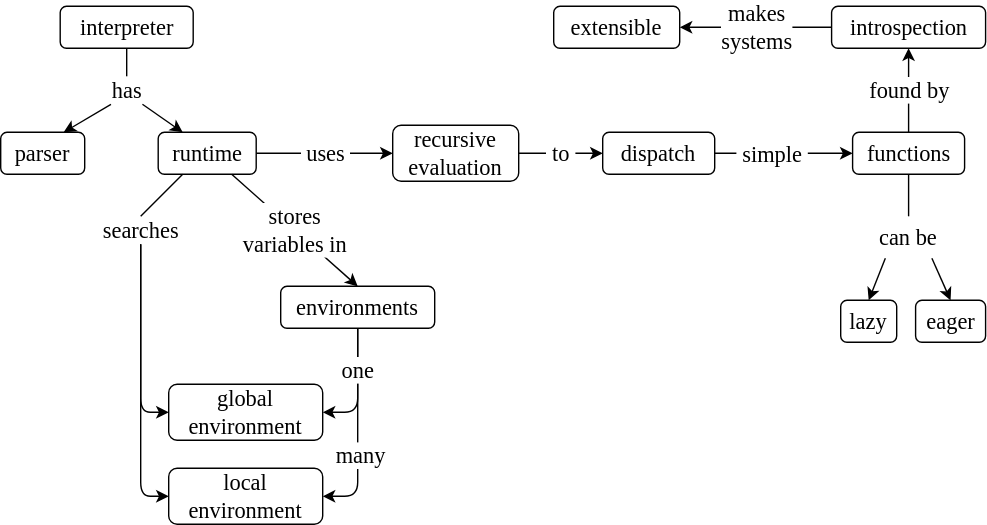
Earlier version of the draw.io export sdxpy/interpreter/interpreter_concept_map.svg (gvwilson/thirdbit). Source tidied: cells renumbered, new cells last; positions are measured from the earlier drawing's top-left corner, leaving out a move shared by most shapes.
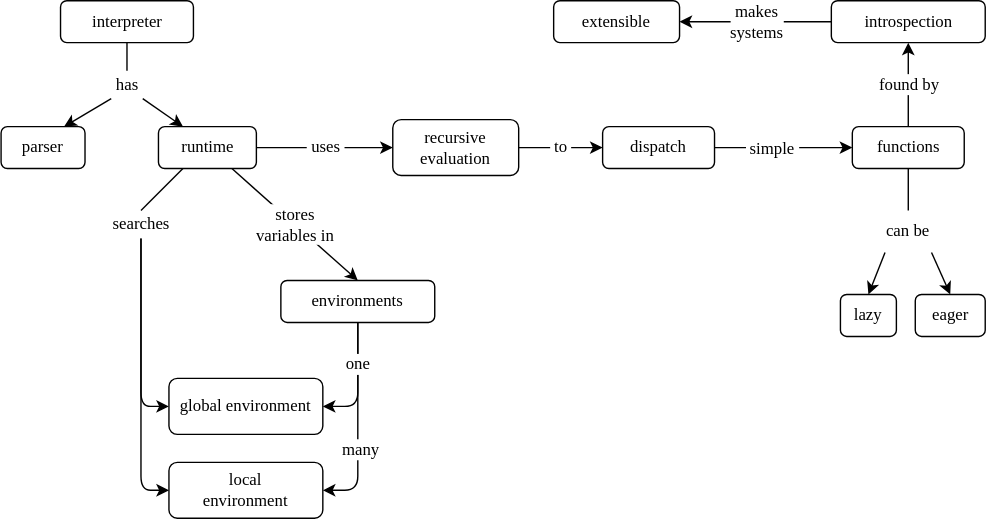
Later version of the same file.

Change to the diagram source:
```diff
@@ -2,127 +2,127 @@
   <root>
     <mxCell id="0" />
     <mxCell id="1" parent="0" />
-    <mxCell id="2" value="parser" style="text;html=1;strokeColor=default;fillColor=none;align=center;verticalAlign=middle;whiteSpace=wrap;rounded=1;sketch=0;hachureGap=4;fontFamily=Verdana;fontSize=16;" parent="1" vertex="1">
+    <mxCell id="2" value="parser" style="text;html=1;strokeColor=default;fillColor=none;align=center;verticalAlign=middle;whiteSpace=wrap;rounded=1;sketch=0;hachureGap=4;fontFamily=Verdana;fontSize=12;" parent="1" vertex="1">
       <mxGeometry y="90" width="60" height="30" as="geometry" />
     </mxCell>
-    <mxCell id="3" value="runtime" style="text;html=1;strokeColor=default;fillColor=none;align=center;verticalAlign=middle;whiteSpace=wrap;rounded=1;sketch=0;hachureGap=4;fontFamily=Verdana;fontSize=16;" parent="1" vertex="1">
+    <mxCell id="3" value="runtime" style="text;html=1;strokeColor=default;fillColor=none;align=center;verticalAlign=middle;whiteSpace=wrap;rounded=1;sketch=0;hachureGap=4;fontFamily=Verdana;fontSize=12;" parent="1" vertex="1">
       <mxGeometry x="112.5" y="90" width="70" height="30" as="geometry" />
     </mxCell>
-    <mxCell id="4" value="interpreter" style="text;html=1;strokeColor=default;fillColor=none;align=center;verticalAlign=middle;whiteSpace=wrap;rounded=1;sketch=0;hachureGap=4;fontFamily=Verdana;fontSize=16;" parent="1" vertex="1">
+    <mxCell id="4" value="interpreter" style="text;html=1;strokeColor=default;fillColor=none;align=center;verticalAlign=middle;whiteSpace=wrap;rounded=1;sketch=0;hachureGap=4;fontFamily=Verdana;fontSize=12;" parent="1" vertex="1">
       <mxGeometry x="42.5" width="95" height="30" as="geometry" />
     </mxCell>
-    <mxCell id="5" value="recursive evaluation" style="text;html=1;strokeColor=default;fillColor=none;align=center;verticalAlign=middle;whiteSpace=wrap;rounded=1;sketch=0;hachureGap=4;fontFamily=Verdana;fontSize=16;" parent="1" vertex="1">
+    <mxCell id="5" value="recursive evaluation" style="text;html=1;strokeColor=default;fillColor=none;align=center;verticalAlign=middle;whiteSpace=wrap;rounded=1;sketch=0;hachureGap=4;fontFamily=Verdana;fontSize=12;" parent="1" vertex="1">
       <mxGeometry x="280" y="85" width="90" height="40" as="geometry" />
     </mxCell>
-    <mxCell id="6" value="dispatch" style="text;html=1;strokeColor=default;fillColor=none;align=center;verticalAlign=middle;whiteSpace=wrap;rounded=1;sketch=0;hachureGap=4;fontFamily=Verdana;fontSize=16;" parent="1" vertex="1">
+    <mxCell id="6" value="dispatch" style="text;html=1;strokeColor=default;fillColor=none;align=center;verticalAlign=middle;whiteSpace=wrap;rounded=1;sketch=0;hachureGap=4;fontFamily=Verdana;fontSize=12;" parent="1" vertex="1">
       <mxGeometry x="430" y="90" width="80" height="30" as="geometry" />
     </mxCell>
-    <mxCell id="7" value="environments" style="text;html=1;strokeColor=default;fillColor=none;align=center;verticalAlign=middle;whiteSpace=wrap;rounded=1;sketch=0;hachureGap=4;fontFamily=Verdana;fontSize=16;" parent="1" vertex="1">
+    <mxCell id="7" value="environments" style="text;html=1;strokeColor=default;fillColor=none;align=center;verticalAlign=middle;whiteSpace=wrap;rounded=1;sketch=0;hachureGap=4;fontFamily=Verdana;fontSize=12;" parent="1" vertex="1">
       <mxGeometry x="200" y="200" width="110" height="30" as="geometry" />
     </mxCell>
-    <mxCell id="8" value="global environment" style="text;html=1;strokeColor=default;fillColor=none;align=center;verticalAlign=middle;whiteSpace=wrap;rounded=1;sketch=0;hachureGap=4;fontFamily=Verdana;fontSize=16;" parent="1" vertex="1">
+    <mxCell id="8" value="global environment" style="text;html=1;strokeColor=default;fillColor=none;align=center;verticalAlign=middle;whiteSpace=wrap;rounded=1;sketch=0;hachureGap=4;fontFamily=Verdana;fontSize=12;" parent="1" vertex="1">
       <mxGeometry x="120" y="270" width="110" height="40" as="geometry" />
     </mxCell>
-    <mxCell id="9" value="local environment" style="text;html=1;strokeColor=default;fillColor=none;align=center;verticalAlign=middle;whiteSpace=wrap;rounded=1;sketch=0;hachureGap=4;fontFamily=Verdana;fontSize=16;" parent="1" vertex="1">
+    <mxCell id="9" value="local&lt;br&gt;environment" style="text;html=1;strokeColor=default;fillColor=none;align=center;verticalAlign=middle;whiteSpace=wrap;rounded=1;sketch=0;hachureGap=4;fontFamily=Verdana;fontSize=12;" parent="1" vertex="1">
       <mxGeometry x="120" y="330" width="110" height="40" as="geometry" />
     </mxCell>
-    <mxCell id="10" value="introspection" style="text;html=1;strokeColor=default;fillColor=none;align=center;verticalAlign=middle;whiteSpace=wrap;rounded=1;sketch=0;hachureGap=4;fontFamily=Verdana;fontSize=16;" parent="1" vertex="1">
+    <mxCell id="10" value="introspection" style="text;html=1;strokeColor=default;fillColor=none;align=center;verticalAlign=middle;whiteSpace=wrap;rounded=1;sketch=0;hachureGap=4;fontFamily=Verdana;fontSize=12;" parent="1" vertex="1">
       <mxGeometry x="593.5" width="110" height="30" as="geometry" />
     </mxCell>
-    <mxCell id="11" value="functions" style="text;html=1;strokeColor=default;fillColor=none;align=center;verticalAlign=middle;whiteSpace=wrap;rounded=1;sketch=0;hachureGap=4;fontFamily=Verdana;fontSize=16;" parent="1" vertex="1">
+    <mxCell id="11" value="functions" style="text;html=1;strokeColor=default;fillColor=none;align=center;verticalAlign=middle;whiteSpace=wrap;rounded=1;sketch=0;hachureGap=4;fontFamily=Verdana;fontSize=12;" parent="1" vertex="1">
       <mxGeometry x="608.5" y="90" width="80" height="30" as="geometry" />
     </mxCell>
-    <mxCell id="12" value="lazy" style="text;html=1;strokeColor=default;fillColor=none;align=center;verticalAlign=middle;whiteSpace=wrap;rounded=1;sketch=0;hachureGap=4;fontFamily=Verdana;fontSize=16;" parent="1" vertex="1">
+    <mxCell id="12" value="lazy" style="text;html=1;strokeColor=default;fillColor=none;align=center;verticalAlign=middle;whiteSpace=wrap;rounded=1;sketch=0;hachureGap=4;fontFamily=Verdana;fontSize=12;" parent="1" vertex="1">
       <mxGeometry x="600" y="210" width="40" height="30" as="geometry" />
     </mxCell>
-    <mxCell id="13" value="eager" style="text;html=1;strokeColor=default;fillColor=none;align=center;verticalAlign=middle;whiteSpace=wrap;rounded=1;sketch=0;hachureGap=4;fontFamily=Verdana;fontSize=16;" parent="1" vertex="1">
+    <mxCell id="13" value="eager" style="text;html=1;strokeColor=default;fillColor=none;align=center;verticalAlign=middle;whiteSpace=wrap;rounded=1;sketch=0;hachureGap=4;fontFamily=Verdana;fontSize=12;" parent="1" vertex="1">
       <mxGeometry x="653.5" y="210" width="50" height="30" as="geometry" />
     </mxCell>
-    <mxCell id="14" value="extensible" style="text;html=1;strokeColor=default;fillColor=none;align=center;verticalAlign=middle;whiteSpace=wrap;rounded=1;sketch=0;hachureGap=4;fontFamily=Verdana;fontSize=16;" parent="1" vertex="1">
+    <mxCell id="14" value="extensible" style="text;html=1;strokeColor=default;fillColor=none;align=center;verticalAlign=middle;whiteSpace=wrap;rounded=1;sketch=0;hachureGap=4;fontFamily=Verdana;fontSize=12;" parent="1" vertex="1">
       <mxGeometry x="395" width="90" height="30" as="geometry" />
     </mxCell>
-    <mxCell id="15" value="has" style="text;html=1;strokeColor=none;fillColor=none;align=center;verticalAlign=middle;whiteSpace=wrap;rounded=0;sketch=1;hachureGap=4;fontFamily=Verdana;fontSize=16;" parent="1" vertex="1">
+    <mxCell id="15" value="has" style="text;html=1;strokeColor=none;fillColor=none;align=center;verticalAlign=middle;whiteSpace=wrap;rounded=0;sketch=1;hachureGap=4;fontFamily=Verdana;fontSize=12;" parent="1" vertex="1">
       <mxGeometry x="67.5" y="50" width="45" height="20" as="geometry" />
     </mxCell>
-    <mxCell id="16" style="endArrow=none;html=1;rounded=1;sketch=0;hachureGap=4;fontFamily=Verdana;fontSize=16;sourcePerimeterSpacing=8;targetPerimeterSpacing=8;entryX=0.5;entryY=1;entryDx=0;entryDy=0;exitX=0.5;exitY=0;exitDx=0;exitDy=0;" parent="1" edge="1" source="15" target="4">
+    <mxCell id="16" style="endArrow=none;html=1;rounded=1;sketch=0;hachureGap=4;fontFamily=Verdana;fontSize=12;sourcePerimeterSpacing=8;targetPerimeterSpacing=8;entryX=0.5;entryY=1;entryDx=0;entryDy=0;exitX=0.5;exitY=0;exitDx=0;exitDy=0;" parent="1" edge="1" source="15" target="4">
       <mxGeometry relative="1" as="geometry" />
     </mxCell>
-    <mxCell id="17" style="endArrow=classic;html=1;rounded=1;sketch=0;hachureGap=4;fontFamily=Verdana;fontSize=16;sourcePerimeterSpacing=8;targetPerimeterSpacing=8;exitX=0.25;exitY=1;exitDx=0;exitDy=0;entryX=0.75;entryY=0;entryDx=0;entryDy=0;" parent="1" edge="1" source="15" target="2">
+    <mxCell id="17" style="endArrow=classic;html=1;rounded=1;sketch=0;hachureGap=4;fontFamily=Verdana;fontSize=12;sourcePerimeterSpacing=8;targetPerimeterSpacing=8;exitX=0.25;exitY=1;exitDx=0;exitDy=0;entryX=0.75;entryY=0;entryDx=0;entryDy=0;" parent="1" edge="1" source="15" target="2">
       <mxGeometry relative="1" as="geometry" />
     </mxCell>
-    <mxCell id="18" style="endArrow=classic;html=1;rounded=1;sketch=0;hachureGap=4;fontFamily=Verdana;fontSize=16;sourcePerimeterSpacing=8;targetPerimeterSpacing=8;entryX=0.25;entryY=0;entryDx=0;entryDy=0;exitX=0.75;exitY=1;exitDx=0;exitDy=0;" parent="1" edge="1" source="15" target="3">
+    <mxCell id="18" style="endArrow=classic;html=1;rounded=1;sketch=0;hachureGap=4;fontFamily=Verdana;fontSize=12;sourcePerimeterSpacing=8;targetPerimeterSpacing=8;entryX=0.25;entryY=0;entryDx=0;entryDy=0;exitX=0.75;exitY=1;exitDx=0;exitDy=0;" parent="1" edge="1" source="15" target="3">
       <mxGeometry relative="1" as="geometry" />
     </mxCell>
-    <mxCell id="19" value="&amp;nbsp;uses&amp;nbsp;" style="endArrow=classic;html=1;rounded=1;sketch=0;hachureGap=4;fontFamily=Verdana;fontSize=16;sourcePerimeterSpacing=8;targetPerimeterSpacing=8;exitX=1;exitY=0.5;exitDx=0;exitDy=0;entryX=0;entryY=0.5;entryDx=0;entryDy=0;" parent="1" edge="1" source="3" target="5">
+    <mxCell id="19" value="&amp;nbsp;uses&amp;nbsp;" style="endArrow=classic;html=1;rounded=1;sketch=0;hachureGap=4;fontFamily=Verdana;fontSize=12;sourcePerimeterSpacing=8;targetPerimeterSpacing=8;exitX=1;exitY=0.5;exitDx=0;exitDy=0;entryX=0;entryY=0.5;entryDx=0;entryDy=0;" parent="1" edge="1" source="3" target="5">
       <mxGeometry relative="1" as="geometry" />
     </mxCell>
-    <mxCell id="20" value="stores&lt;br&gt;variables in" style="endArrow=classic;html=1;rounded=1;sketch=0;hachureGap=4;fontFamily=Verdana;fontSize=16;sourcePerimeterSpacing=8;targetPerimeterSpacing=8;exitX=0.75;exitY=1;exitDx=0;exitDy=0;entryX=0.5;entryY=0;entryDx=0;entryDy=0;" parent="1" edge="1" source="3" target="7">
+    <mxCell id="20" value="stores&lt;br style=&quot;font-size: 12px;&quot;&gt;variables in" style="endArrow=classic;html=1;rounded=1;sketch=0;hachureGap=4;fontFamily=Verdana;fontSize=12;sourcePerimeterSpacing=8;targetPerimeterSpacing=8;exitX=0.75;exitY=1;exitDx=0;exitDy=0;entryX=0.5;entryY=0;entryDx=0;entryDy=0;" parent="1" edge="1" source="3" target="7">
       <mxGeometry relative="1" as="geometry" />
     </mxCell>
-    <mxCell id="21" value="can be" style="text;html=1;strokeColor=none;fillColor=none;align=center;verticalAlign=middle;whiteSpace=wrap;rounded=0;sketch=1;hachureGap=4;fontFamily=Verdana;fontSize=16;" parent="1" vertex="1">
+    <mxCell id="21" value="can be" style="text;html=1;strokeColor=none;fillColor=none;align=center;verticalAlign=middle;whiteSpace=wrap;rounded=0;sketch=1;hachureGap=4;fontFamily=Verdana;fontSize=12;" parent="1" vertex="1">
       <mxGeometry x="615.2" y="150" width="66.5" height="30" as="geometry" />
     </mxCell>
-    <mxCell id="22" style="endArrow=classic;html=1;rounded=1;sketch=0;hachureGap=4;fontFamily=Verdana;fontSize=16;sourcePerimeterSpacing=8;targetPerimeterSpacing=8;entryX=0.5;entryY=0;entryDx=0;entryDy=0;exitX=0.25;exitY=1;exitDx=0;exitDy=0;" parent="1" edge="1" source="21" target="12">
+    <mxCell id="22" style="endArrow=classic;html=1;rounded=1;sketch=0;hachureGap=4;fontFamily=Verdana;fontSize=12;sourcePerimeterSpacing=8;targetPerimeterSpacing=8;entryX=0.5;entryY=0;entryDx=0;entryDy=0;exitX=0.25;exitY=1;exitDx=0;exitDy=0;" parent="1" edge="1" source="21" target="12">
       <mxGeometry relative="1" as="geometry" />
     </mxCell>
-    <mxCell id="23" style="endArrow=classic;html=1;rounded=1;sketch=0;hachureGap=4;fontFamily=Verdana;fontSize=16;sourcePerimeterSpacing=8;targetPerimeterSpacing=8;entryX=0.5;entryY=0;entryDx=0;entryDy=0;exitX=0.75;exitY=1;exitDx=0;exitDy=0;" parent="1" edge="1" source="21" target="13">
+    <mxCell id="23" style="endArrow=classic;html=1;rounded=1;sketch=0;hachureGap=4;fontFamily=Verdana;fontSize=12;sourcePerimeterSpacing=8;targetPerimeterSpacing=8;entryX=0.5;entryY=0;entryDx=0;entryDy=0;exitX=0.75;exitY=1;exitDx=0;exitDy=0;" parent="1" edge="1" source="21" target="13">
       <mxGeometry relative="1" as="geometry" />
     </mxCell>
-    <mxCell id="24" value="found by" style="endArrow=classic;html=1;rounded=1;sketch=0;hachureGap=4;fontFamily=Verdana;fontSize=16;sourcePerimeterSpacing=8;targetPerimeterSpacing=8;exitX=0.5;exitY=0;exitDx=0;exitDy=0;entryX=0.5;entryY=1;entryDx=0;entryDy=0;" parent="1" edge="1" source="11" target="10">
+    <mxCell id="24" value="found by" style="endArrow=classic;html=1;rounded=1;sketch=0;hachureGap=4;fontFamily=Verdana;fontSize=12;sourcePerimeterSpacing=8;targetPerimeterSpacing=8;exitX=0.5;exitY=0;exitDx=0;exitDy=0;entryX=0.5;entryY=1;entryDx=0;entryDy=0;" parent="1" edge="1" source="11" target="10">
       <mxGeometry relative="1" as="geometry" />
     </mxCell>
-    <mxCell id="25" value="searches" style="text;html=1;strokeColor=none;fillColor=none;align=center;verticalAlign=middle;whiteSpace=wrap;rounded=0;sketch=1;hachureGap=4;fontFamily=Verdana;fontSize=16;" parent="1" vertex="1">
+    <mxCell id="25" value="searches" style="text;html=1;strokeColor=none;fillColor=none;align=center;verticalAlign=middle;whiteSpace=wrap;rounded=0;sketch=1;hachureGap=4;fontFamily=Verdana;fontSize=12;" parent="1" vertex="1">
       <mxGeometry x="67.5" y="150" width="65" height="20" as="geometry" />
     </mxCell>
-    <mxCell id="26" style="endArrow=none;html=1;rounded=1;sketch=0;hachureGap=4;fontFamily=Verdana;fontSize=16;sourcePerimeterSpacing=8;targetPerimeterSpacing=8;entryX=0.25;entryY=1;entryDx=0;entryDy=0;exitX=0.5;exitY=0;exitDx=0;exitDy=0;" parent="1" edge="1" source="25" target="3">
+    <mxCell id="26" style="endArrow=none;html=1;rounded=1;sketch=0;hachureGap=4;fontFamily=Verdana;fontSize=12;sourcePerimeterSpacing=8;targetPerimeterSpacing=8;entryX=0.25;entryY=1;entryDx=0;entryDy=0;exitX=0.5;exitY=0;exitDx=0;exitDy=0;" parent="1" edge="1" source="25" target="3">
       <mxGeometry relative="1" as="geometry" />
     </mxCell>
-    <mxCell id="27" style="endArrow=classic;html=1;rounded=1;sketch=0;hachureGap=4;fontFamily=Verdana;fontSize=16;sourcePerimeterSpacing=8;targetPerimeterSpacing=8;entryX=0;entryY=0.5;entryDx=0;entryDy=0;exitX=0.5;exitY=1;exitDx=0;exitDy=0;" parent="1" edge="1" source="25" target="8">
+    <mxCell id="27" style="endArrow=classic;html=1;rounded=1;sketch=0;hachureGap=4;fontFamily=Verdana;fontSize=12;sourcePerimeterSpacing=8;targetPerimeterSpacing=8;entryX=0;entryY=0.5;entryDx=0;entryDy=0;exitX=0.5;exitY=1;exitDx=0;exitDy=0;" parent="1" edge="1" source="25" target="8">
       <mxGeometry relative="1" as="geometry">
         <Array as="points">
           <mxPoint x="100" y="290" />
         </Array>
       </mxGeometry>
     </mxCell>
-    <mxCell id="28" style="endArrow=classic;html=1;rounded=1;sketch=0;hachureGap=4;fontFamily=Verdana;fontSize=16;sourcePerimeterSpacing=8;targetPerimeterSpacing=8;exitX=0.5;exitY=1;exitDx=0;exitDy=0;entryX=0;entryY=0.5;entryDx=0;entryDy=0;" parent="1" edge="1" source="25" target="9">
+    <mxCell id="28" style="endArrow=classic;html=1;rounded=1;sketch=0;hachureGap=4;fontFamily=Verdana;fontSize=12;sourcePerimeterSpacing=8;targetPerimeterSpacing=8;exitX=0.5;exitY=1;exitDx=0;exitDy=0;entryX=0;entryY=0.5;entryDx=0;entryDy=0;" parent="1" edge="1" source="25" target="9">
       <mxGeometry relative="1" as="geometry">
         <Array as="points">
           <mxPoint x="100" y="350" />
         </Array>
       </mxGeometry>
     </mxCell>
-    <mxCell id="29" style="endArrow=classic;html=1;rounded=1;sketch=0;hachureGap=4;fontFamily=Verdana;fontSize=16;sourcePerimeterSpacing=8;targetPerimeterSpacing=8;exitX=0.5;exitY=1;exitDx=0;exitDy=0;entryX=1;entryY=0.5;entryDx=0;entryDy=0;" parent="1" edge="1" source="7" target="9">
+    <mxCell id="29" style="endArrow=classic;html=1;rounded=1;sketch=0;hachureGap=4;fontFamily=Verdana;fontSize=12;sourcePerimeterSpacing=8;targetPerimeterSpacing=8;exitX=0.5;exitY=1;exitDx=0;exitDy=0;entryX=1;entryY=0.5;entryDx=0;entryDy=0;" parent="1" edge="1" source="7" target="9">
       <mxGeometry relative="1" as="geometry">
         <Array as="points">
           <mxPoint x="255" y="350" />
         </Array>
       </mxGeometry>
     </mxCell>
-    <mxCell id="30" value="many" style="edgeLabel;html=1;align=center;verticalAlign=middle;fontSize=16;fontFamily=Verdana;" parent="29" vertex="1">
+    <mxCell id="30" value="many" style="edgeLabel;html=1;align=center;verticalAlign=middle;fontSize=12;fontFamily=Verdana;" parent="29" vertex="1">
       <mxGeometry x="0.24" y="1" relative="1" as="geometry" />
     </mxCell>
-    <mxCell id="31" value="one" style="endArrow=classic;html=1;rounded=1;sketch=0;hachureGap=4;fontFamily=Verdana;fontSize=16;sourcePerimeterSpacing=8;targetPerimeterSpacing=8;entryX=1;entryY=0.5;entryDx=0;entryDy=0;exitX=0.5;exitY=1;exitDx=0;exitDy=0;" parent="1" edge="1" source="7" target="8">
+    <mxCell id="31" value="one" style="endArrow=classic;html=1;rounded=1;sketch=0;hachureGap=4;fontFamily=Verdana;fontSize=12;sourcePerimeterSpacing=8;targetPerimeterSpacing=8;entryX=1;entryY=0.5;entryDx=0;entryDy=0;exitX=0.5;exitY=1;exitDx=0;exitDy=0;" parent="1" edge="1" source="7" target="8">
       <mxGeometry x="-0.29" relative="1" as="geometry">
         <Array as="points">
           <mxPoint x="255" y="290" />
         </Array>
       </mxGeometry>
     </mxCell>
-    <mxCell id="32" value="&amp;nbsp;to&amp;nbsp;" style="endArrow=classic;html=1;rounded=1;sketch=0;hachureGap=4;fontFamily=Verdana;fontSize=16;sourcePerimeterSpacing=8;targetPerimeterSpacing=8;exitX=1;exitY=0.5;exitDx=0;exitDy=0;entryX=0;entryY=0.5;entryDx=0;entryDy=0;" parent="1" edge="1" source="5" target="6">
+    <mxCell id="32" value="&amp;nbsp;to&amp;nbsp;" style="endArrow=classic;html=1;rounded=1;sketch=0;hachureGap=4;fontFamily=Verdana;fontSize=12;sourcePerimeterSpacing=8;targetPerimeterSpacing=8;exitX=1;exitY=0.5;exitDx=0;exitDy=0;entryX=0;entryY=0.5;entryDx=0;entryDy=0;" parent="1" edge="1" source="5" target="6">
       <mxGeometry relative="1" as="geometry" />
     </mxCell>
-    <mxCell id="33" style="endArrow=none;html=1;rounded=1;sketch=0;hachureGap=4;fontFamily=Verdana;fontSize=16;sourcePerimeterSpacing=8;targetPerimeterSpacing=8;entryX=0.5;entryY=0;entryDx=0;entryDy=0;exitX=0.5;exitY=1;exitDx=0;exitDy=0;" parent="1" edge="1" source="11" target="21">
+    <mxCell id="33" style="endArrow=none;html=1;rounded=1;sketch=0;hachureGap=4;fontFamily=Verdana;fontSize=12;sourcePerimeterSpacing=8;targetPerimeterSpacing=8;entryX=0.5;entryY=0;entryDx=0;entryDy=0;exitX=0.5;exitY=1;exitDx=0;exitDy=0;" parent="1" edge="1" source="11" target="21">
       <mxGeometry relative="1" as="geometry" />
     </mxCell>
-    <mxCell id="34" style="endArrow=classic;html=1;rounded=1;sketch=0;hachureGap=4;fontFamily=Verdana;fontSize=16;sourcePerimeterSpacing=8;targetPerimeterSpacing=8;entryX=0;entryY=0.5;entryDx=0;entryDy=0;exitX=1;exitY=0.5;exitDx=0;exitDy=0;" parent="1" edge="1" source="6" target="11">
+    <mxCell id="34" style="endArrow=classic;html=1;rounded=1;sketch=0;hachureGap=4;fontFamily=Verdana;fontSize=12;sourcePerimeterSpacing=8;targetPerimeterSpacing=8;entryX=0;entryY=0.5;entryDx=0;entryDy=0;exitX=1;exitY=0.5;exitDx=0;exitDy=0;" parent="1" edge="1" source="6" target="11">
       <mxGeometry relative="1" as="geometry" />
     </mxCell>
-    <mxCell id="35" value="&amp;nbsp;simple&amp;nbsp;" style="edgeLabel;html=1;align=center;verticalAlign=middle;fontSize=16;fontFamily=Verdana;" parent="34" vertex="1">
+    <mxCell id="35" value="&amp;nbsp;simple&amp;nbsp;" style="edgeLabel;html=1;align=center;verticalAlign=middle;fontSize=12;fontFamily=Verdana;" parent="34" vertex="1">
       <mxGeometry x="0.04" y="2" relative="1" as="geometry">
         <mxPoint x="-11" y="2" as="offset" />
       </mxGeometry>
     </mxCell>
-    <mxCell id="36" value="makes&lt;br&gt;systems" style="endArrow=classic;html=1;rounded=1;sketch=0;hachureGap=4;fontFamily=Verdana;fontSize=16;sourcePerimeterSpacing=8;targetPerimeterSpacing=8;entryX=1;entryY=0.5;entryDx=0;entryDy=0;exitX=0;exitY=0.5;exitDx=0;exitDy=0;" parent="1" edge="1" source="10" target="14">
+    <mxCell id="36" value="makes&lt;br style=&quot;font-size: 12px;&quot;&gt;systems" style="endArrow=classic;html=1;rounded=1;sketch=0;hachureGap=4;fontFamily=Verdana;fontSize=12;sourcePerimeterSpacing=8;targetPerimeterSpacing=8;entryX=1;entryY=0.5;entryDx=0;entryDy=0;exitX=0;exitY=0.5;exitDx=0;exitDy=0;" parent="1" edge="1" source="10" target="14">
       <mxGeometry relative="1" as="geometry" />
     </mxCell>
   </root>
```
